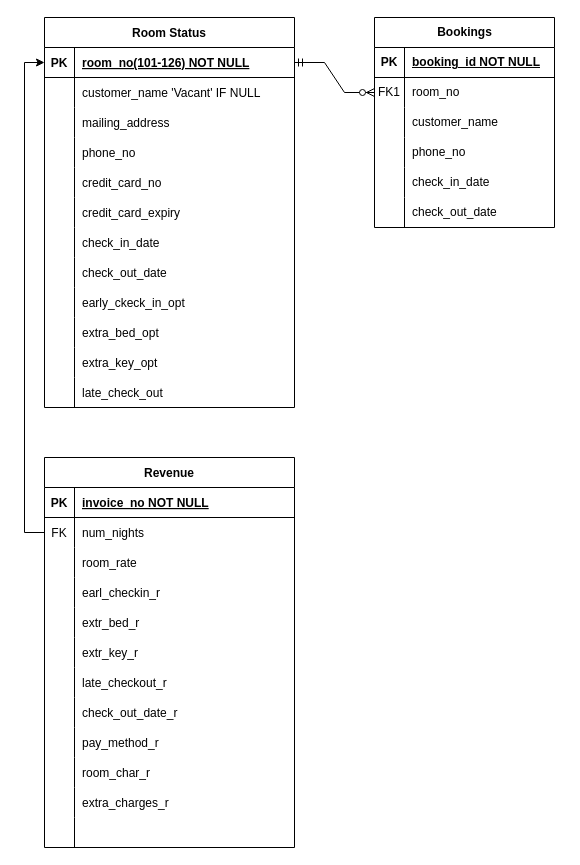
Above: QAP4 SG8 Sleep-Tite Motel/SleepTiteERD.drawio in ZCollier-dev/keyin-qap4-zc (draw.io), before the change. Source tidied: cells renumbered, new cells numbered last; positions are measured from the earlier drawing's top-left corner, leaving out a move shared by most shapes. Both pictures are drawn from the tidied source at 100%, with x=0, y=0 at pixel (44, 17).
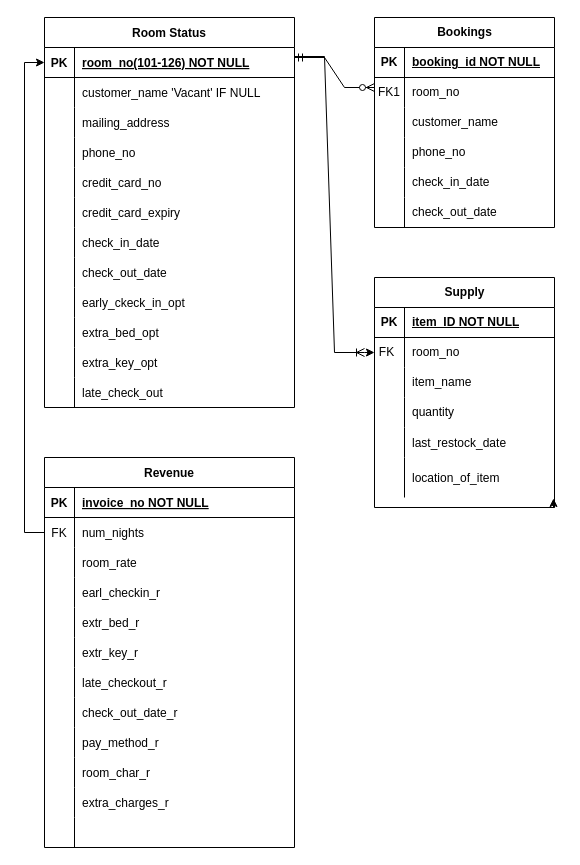
The same page after the edit.

The change refers to these unchanged cells:
```xml
<mxCell id="3" style="shape=partialRectangle;fillColor=none;points=[[0,0.5],[1,0.5]];portConstraint=eastwest;top=0;left=0;right=0;bottom=1;" parent="2" vertex="1">
  <mxGeometry y="30" width="250" height="30" as="geometry" />
</mxCell>
<mxCell id="43" style="shape=tableRow;horizontal=0;startSize=0;swimlaneHead=0;swimlaneBody=0;fillColor=none;points=[[0,0.5],[1,0.5]];portConstraint=eastwest;top=0;left=0;right=0;bottom=0;" parent="39" vertex="1">
  <mxGeometry y="60" width="180" height="30" as="geometry" />
</mxCell>
```

Diff of the diagram source:
```diff
@@
-    <mxCell id="58" style="edgeStyle=entityRelationEdgeStyle;fontSize=12;html=1;endArrow=ERzeroToMany;startArrow=ERmandOne;rounded=0;entryX=0;entryY=0.5;entryDx=0;entryDy=0;exitX=1;exitY=0.5;exitDx=0;exitDy=0;" parent="1" edge="1" source="3" target="43">
-      <mxGeometry relative="1" as="geometry" />
+    <mxCell id="58" style="edgeStyle=entityRelationEdgeStyle;fontSize=12;html=1;endArrow=ERzeroToMany;startArrow=ERmandOne;rounded=0;entryX=0;entryY=0.5;entryDx=0;entryDy=0;exitX=1;exitY=0.5;exitDx=0;exitDy=0;" parent="1" edge="1">
+      <mxGeometry relative="1" as="geometry">
+        <mxPoint x="250" y="40" as="sourcePoint" />
+        <mxPoint x="330" y="70" as="targetPoint" />
+        <Array as="points">
+          <mxPoint x="290" y="100" />
+          <mxPoint x="320" y="330" />
+        </Array>
+      </mxGeometry>
     </mxCell>
@@
+    <mxCell id="97" style="edgeStyle=entityRelationEdgeStyle;fontSize=12;html=1;endArrow=ERoneToMany;rounded=0;exitX=1.008;exitY=0.3;exitDx=0;exitDy=0;exitPerimeter=0;" parent="1" edge="1" target="118">
+      <mxGeometry relative="1" as="geometry">
+        <mxPoint x="250" y="39" as="sourcePoint" />
+        <Array as="points">
+          <mxPoint x="290" y="330" />
+        </Array>
+      </mxGeometry>
+    </mxCell>
+    <mxCell id="98" value="Supply" style="shape=table;startSize=30;childLayout=tableLayout;rowLines=0;fontStyle=1;align=center;html=1;" parent="1" vertex="1">
+      <mxGeometry x="330" y="260" width="180" height="230" as="geometry" />
+    </mxCell>
+    <mxCell id="99" style="shape=tableRow;horizontal=0;startSize=0;swimlaneHead=0;swimlaneBody=0;fillColor=none;top=0;left=0;right=0;bottom=1;" parent="98" vertex="1">
+      <mxGeometry y="30" width="180" height="30" as="geometry" />
+    </mxCell>
+    <mxCell id="100" value="PK" style="shape=partialRectangle;fillColor=none;top=0;left=0;bottom=0;right=0;fontStyle=1;overflow=hidden;whiteSpace=wrap;html=1;" parent="99" vertex="1">
+      <mxGeometry width="30" height="30" as="geometry" />
+    </mxCell>
+    <mxCell id="101" value="item_ID NOT NULL" style="shape=partialRectangle;fillColor=none;top=0;left=0;bottom=0;right=0;align=left;spacingLeft=6;fontStyle=5;overflow=hidden;whiteSpace=wrap;html=1;" parent="99" vertex="1">
+      <mxGeometry x="30" width="150" height="30" as="geometry" />
+    </mxCell>
+    <mxCell id="102" style="shape=tableRow;horizontal=0;startSize=0;swimlaneHead=0;swimlaneBody=0;fillColor=none;top=0;left=0;right=0;bottom=0;" parent="98" vertex="1">
+      <mxGeometry y="60" width="180" height="30" as="geometry" />
+    </mxCell>
+    <mxCell id="103" style="shape=partialRectangle;fillColor=none;top=0;left=0;bottom=0;right=0;overflow=hidden;whiteSpace=wrap;html=1;" parent="102" vertex="1">
+      <mxGeometry width="30" height="30" as="geometry" />
+    </mxCell>
+    <mxCell id="104" value="room_no" style="shape=partialRectangle;fillColor=none;top=0;left=0;bottom=0;right=0;align=left;spacingLeft=6;overflow=hidden;whiteSpace=wrap;html=1;" parent="102" vertex="1">
+      <mxGeometry x="30" width="150" height="30" as="geometry" />
+    </mxCell>
+    <mxCell id="105" style="shape=tableRow;horizontal=0;startSize=0;swimlaneHead=0;swimlaneBody=0;fillColor=none;top=0;left=0;right=0;bottom=0;" parent="98" vertex="1">
+      <mxGeometry y="90" width="180" height="30" as="geometry" />
+    </mxCell>
+    <mxCell id="106" style="shape=partialRectangle;fillColor=none;top=0;left=0;bottom=0;right=0;overflow=hidden;whiteSpace=wrap;html=1;" parent="105" vertex="1">
+      <mxGeometry width="30" height="30" as="geometry" />
+    </mxCell>
+    <mxCell id="107" value="item_name" style="shape=partialRectangle;fillColor=none;top=0;left=0;bottom=0;right=0;align=left;spacingLeft=6;overflow=hidden;whiteSpace=wrap;html=1;" parent="105" vertex="1">
+      <mxGeometry x="30" width="150" height="30" as="geometry" />
+    </mxCell>
+    <mxCell id="108" style="shape=tableRow;horizontal=0;startSize=0;swimlaneHead=0;swimlaneBody=0;fillColor=none;top=0;left=0;right=0;bottom=0;" parent="98" vertex="1">
+      <mxGeometry y="120" width="180" height="30" as="geometry" />
+    </mxCell>
+    <mxCell id="109" style="shape=partialRectangle;fillColor=none;top=0;left=0;bottom=0;right=0;overflow=hidden;whiteSpace=wrap;html=1;" parent="108" vertex="1">
+      <mxGeometry width="30" height="30" as="geometry" />
+    </mxCell>
+    <mxCell id="110" value="quantity" style="shape=partialRectangle;fillColor=none;top=0;left=0;bottom=0;right=0;align=left;spacingLeft=6;overflow=hidden;whiteSpace=wrap;html=1;" parent="108" vertex="1">
+      <mxGeometry x="30" width="150" height="30" as="geometry" />
+    </mxCell>
+    <mxCell id="111" style="shape=tableRow;horizontal=0;startSize=0;swimlaneHead=0;swimlaneBody=0;fillColor=none;top=0;left=0;right=0;bottom=0;" parent="98" vertex="1">
+      <mxGeometry y="150" width="180" height="30" as="geometry" />
+    </mxCell>
+    <mxCell id="112" style="shape=partialRectangle;fillColor=none;top=0;left=0;bottom=0;right=0;overflow=hidden;" parent="111" vertex="1">
+      <mxGeometry width="30" height="30" as="geometry" />
+    </mxCell>
+    <mxCell id="113" value="last_restock_date" style="shape=partialRectangle;fillColor=none;top=0;left=0;bottom=0;right=0;align=left;spacingLeft=6;overflow=hidden;" parent="111" vertex="1">
+      <mxGeometry x="30" width="150" height="30" as="geometry" />
+    </mxCell>
+    <mxCell id="114" style="shape=tableRow;horizontal=0;startSize=0;swimlaneHead=0;swimlaneBody=0;fillColor=none;points=[[0,0.5],[1,0.5]];portConstraint=eastwest;top=0;left=0;right=0;bottom=0;" parent="98" vertex="1">
+      <mxGeometry y="180" width="180" height="40" as="geometry" />
+    </mxCell>
+    <mxCell id="115" style="shape=partialRectangle;fillColor=none;top=0;left=0;bottom=0;right=0;overflow=hidden;" parent="114" vertex="1">
+      <mxGeometry width="30" height="40" as="geometry" />
+    </mxCell>
+    <mxCell id="116" value="location_of_item" style="shape=partialRectangle;fillColor=none;top=0;left=0;bottom=0;right=0;align=left;spacingLeft=6;overflow=hidden;" parent="114" vertex="1">
+      <mxGeometry x="30" width="150" height="40" as="geometry" />
+    </mxCell>
+    <mxCell id="117" style="edgeStyle=elbowEdgeStyle;rounded=0;jettySize=auto;html=1;exitX=1;exitY=1;exitDx=0;exitDy=0;entryX=0.994;entryY=1.025;entryDx=0;entryDy=0;entryPerimeter=0;" parent="98" edge="1" source="98" target="114">
+      <mxGeometry relative="1" as="geometry" />
+    </mxCell>
+    <mxCell id="118" value="FK" style="text;html=1;align=center;verticalAlign=middle;whiteSpace=wrap;rounded=0;" parent="1" vertex="1">
+      <mxGeometry x="320" y="320" width="45" height="30" as="geometry" />
+    </mxCell>
+    <mxCell id="119" style="edgeStyle=elbowEdgeStyle;rounded=0;jettySize=auto;html=1;exitX=0;exitY=0.5;exitDx=0;exitDy=0;" parent="1" edge="1" source="118">
+      <mxGeometry relative="1" as="geometry">
+        <mxPoint x="330" y="335" as="targetPoint" />
+      </mxGeometry>
+    </mxCell>
```
